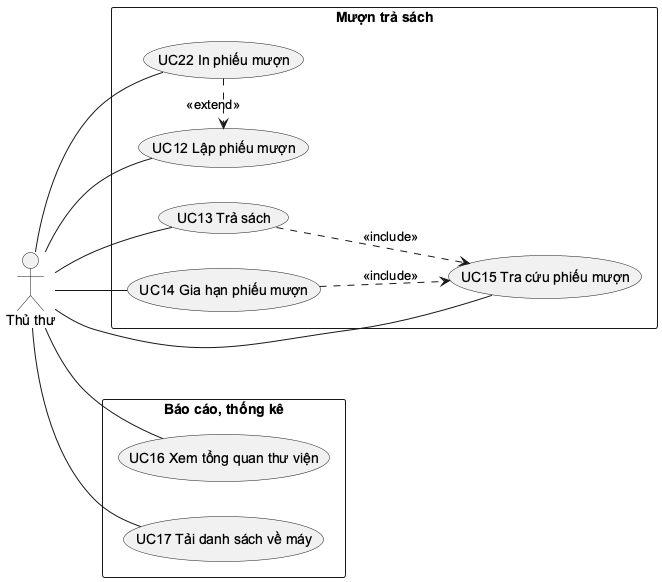
The PlantUML diagram docs/uml/01b_uc_muon_tra.png in khoiln218/ThuVienMini, before a commit.
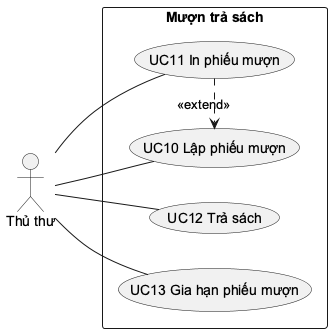
Later version of the same file.

The edit, as a diff of the source:
```diff
@@ -5,24 +5,14 @@
 left to right direction
 actor "Thủ thư" as T
 rectangle "Mượn trả sách" {
-  usecase "UC12 Lập phiếu mượn" as UC12
-  usecase "UC13 Trả sách" as UC13
-  usecase "UC14 Gia hạn phiếu mượn" as UC14
-  usecase "UC15 Tra cứu phiếu mượn" as UC15
-  usecase "UC22 In phiếu mượn" as UC22
+  usecase "UC10 Lập phiếu mượn" as UC10
+  usecase "UC11 In phiếu mượn" as UC11
+  usecase "UC12 Trả sách" as UC12
+  usecase "UC13 Gia hạn phiếu mượn" as UC13
 }
-rectangle "Báo cáo, thống kê" {
-  usecase "UC16 Xem tổng quan thư viện" as UC16
-  usecase "UC17 Tải danh sách về máy" as UC17
-}
+T -- UC10
+T -- UC11
 T -- UC12
 T -- UC13
-T -- UC14
-T -- UC15
-T -- UC22
-T -- UC16
-T -- UC17
-UC13 ..> UC15 : <<include>>
-UC14 ..> UC15 : <<include>>
-UC22 .> UC12 : <<extend>>
+UC11 .> UC10 : <<extend>>
 @enduml
```
